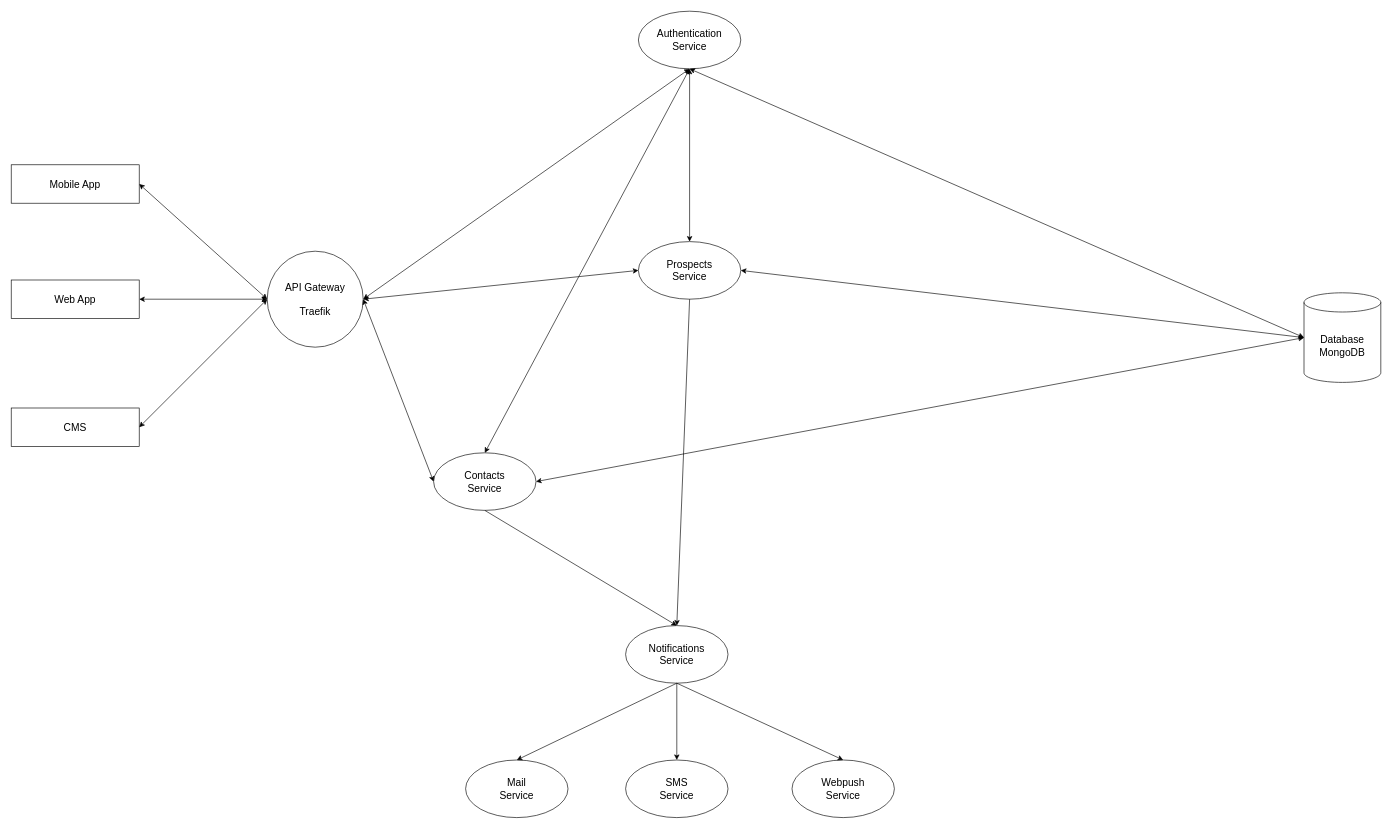
Earlier version of the draw.io diagram EastWest microservices diagram.drawio (haibuieastwest/eastwest-microservices-diagram). Source tidied: cells renumbered, new cells numbered last; positions are measured from the earlier drawing's top-left corner, leaving out a move shared by most shapes. Both pictures are drawn from the tidied source at 64%, with x=0, y=0 at pixel (11, 11).
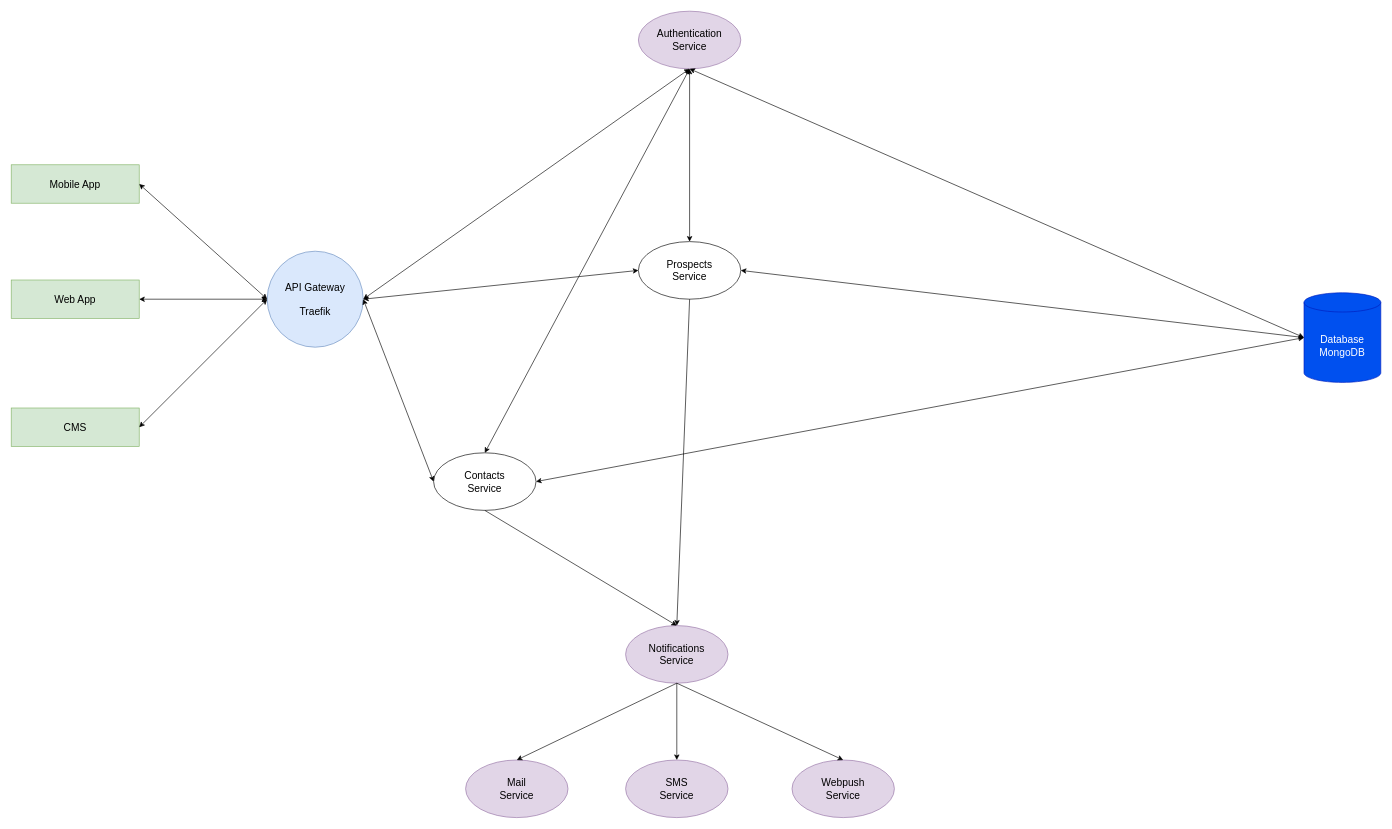
Above is the later version.

What changed in the source:
```diff
@@
-    <mxCell id="2" value="&lt;font style=&quot;font-size: 16px&quot;&gt;Web App&lt;/font&gt;" style="rounded=0;whiteSpace=wrap;html=1;" parent="1" vertex="1">
+    <mxCell id="2" value="&lt;font style=&quot;font-size: 16px;&quot;&gt;Web App&lt;/font&gt;" style="rounded=0;whiteSpace=wrap;html=1;fillColor=#d5e8d4;strokeColor=#82b366;fontSize=16;" parent="1" vertex="1">
       <mxGeometry y="420" width="200" height="60" as="geometry" />
     </mxCell>
-    <mxCell id="3" value="&lt;font style=&quot;font-size: 16px&quot;&gt;CMS&lt;/font&gt;" style="rounded=0;whiteSpace=wrap;html=1;" parent="1" vertex="1">
+    <mxCell id="3" value="&lt;font style=&quot;font-size: 16px;&quot;&gt;CMS&lt;/font&gt;" style="rounded=0;whiteSpace=wrap;html=1;fillColor=#d5e8d4;strokeColor=#82b366;fontSize=16;" parent="1" vertex="1">
       <mxGeometry y="620" width="200" height="60" as="geometry" />
     </mxCell>
-    <mxCell id="4" value="&lt;font style=&quot;font-size: 16px&quot;&gt;API Gateway&lt;br&gt;&lt;br&gt;Traefik&lt;/font&gt;" style="ellipse;whiteSpace=wrap;html=1;" parent="1" vertex="1">
+    <mxCell id="4" value="&lt;font style=&quot;font-size: 16px;&quot;&gt;API Gateway&lt;br style=&quot;font-size: 16px;&quot;&gt;&lt;br style=&quot;font-size: 16px;&quot;&gt;Traefik&lt;/font&gt;" style="ellipse;whiteSpace=wrap;html=1;fillColor=#dae8fc;strokeColor=#6c8ebf;fontSize=16;" parent="1" vertex="1">
       <mxGeometry x="400" y="375" width="150" height="150" as="geometry" />
     </mxCell>
-    <mxCell id="5" style="endArrow=classic;startArrow=classic;html=1;exitX=1;exitY=0.5;exitDx=0;exitDy=0;entryX=0;entryY=0.5;entryDx=0;entryDy=0;" parent="1" edge="1" source="3" target="4">
+    <mxCell id="5" style="endArrow=classic;startArrow=classic;html=1;exitX=1;exitY=0.5;exitDx=0;exitDy=0;entryX=0;entryY=0.5;entryDx=0;entryDy=0;fontSize=16;" parent="1" edge="1" source="3" target="4">
       <mxGeometry relative="1" as="geometry" />
     </mxCell>
-    <mxCell id="6" style="endArrow=classic;startArrow=classic;html=1;exitX=1;exitY=0.5;exitDx=0;exitDy=0;entryX=0;entryY=0.5;entryDx=0;entryDy=0;" parent="1" edge="1" source="2" target="4">
+    <mxCell id="6" style="endArrow=classic;startArrow=classic;html=1;exitX=1;exitY=0.5;exitDx=0;exitDy=0;entryX=0;entryY=0.5;entryDx=0;entryDy=0;fontSize=16;" parent="1" edge="1" source="2" target="4">
       <mxGeometry relative="1" as="geometry" />
     </mxCell>
-    <mxCell id="7" value="&lt;font style=&quot;font-size: 16px&quot;&gt;Database&lt;br&gt;MongoDB&lt;/font&gt;" style="shape=cylinder3;whiteSpace=wrap;html=1;boundedLbl=1;backgroundOutline=1;size=15;" parent="1" vertex="1">
+    <mxCell id="7" value="&lt;font style=&quot;font-size: 16px;&quot;&gt;Database&lt;br style=&quot;font-size: 16px;&quot;&gt;MongoDB&lt;/font&gt;" style="shape=cylinder3;whiteSpace=wrap;html=1;boundedLbl=1;backgroundOutline=1;size=15;fillColor=#0050ef;strokeColor=#001DBC;fontColor=#ffffff;fontSize=16;" parent="1" vertex="1">
       <mxGeometry x="2020" y="440" width="120" height="140" as="geometry" />
     </mxCell>
-    <mxCell id="8" value="&lt;font style=&quot;font-size: 16px&quot;&gt;Authentication&lt;br&gt;Service&lt;/font&gt;" style="ellipse;whiteSpace=wrap;html=1;" parent="1" vertex="1">
+    <mxCell id="8" value="&lt;font style=&quot;font-size: 16px;&quot;&gt;Authentication&lt;br style=&quot;font-size: 16px;&quot;&gt;Service&lt;/font&gt;" style="ellipse;whiteSpace=wrap;html=1;fillColor=#e1d5e7;strokeColor=#9673a6;fontSize=16;" parent="1" vertex="1">
       <mxGeometry x="980" width="160" height="90" as="geometry" />
     </mxCell>
-    <mxCell id="9" value="&lt;font style=&quot;font-size: 16px&quot;&gt;Prospects&lt;br&gt;Service&lt;/font&gt;" style="ellipse;whiteSpace=wrap;html=1;" parent="1" vertex="1">
+    <mxCell id="9" value="&lt;font style=&quot;font-size: 16px;&quot;&gt;Prospects&lt;br style=&quot;font-size: 16px;&quot;&gt;Service&lt;/font&gt;" style="ellipse;whiteSpace=wrap;html=1;fontSize=16;" parent="1" vertex="1">
       <mxGeometry x="980" y="360" width="160" height="90" as="geometry" />
     </mxCell>
-    <mxCell id="10" style="endArrow=classic;startArrow=classic;html=1;entryX=0;entryY=0.5;entryDx=0;entryDy=0;exitX=1;exitY=0.5;exitDx=0;exitDy=0;" parent="1" edge="1" source="4" target="9">
+    <mxCell id="10" style="endArrow=classic;startArrow=classic;html=1;entryX=0;entryY=0.5;entryDx=0;entryDy=0;exitX=1;exitY=0.5;exitDx=0;exitDy=0;fontSize=16;" parent="1" edge="1" source="4" target="9">
       <mxGeometry relative="1" as="geometry" />
     </mxCell>
-    <mxCell id="11" style="endArrow=classic;startArrow=classic;html=1;exitX=1;exitY=0.5;exitDx=0;exitDy=0;entryX=0.5;entryY=1;entryDx=0;entryDy=0;" parent="1" edge="1" source="4" target="8">
+    <mxCell id="11" style="endArrow=classic;startArrow=classic;html=1;exitX=1;exitY=0.5;exitDx=0;exitDy=0;entryX=0.5;entryY=1;entryDx=0;entryDy=0;fontSize=16;" parent="1" edge="1" source="4" target="8">
       <mxGeometry relative="1" as="geometry" />
     </mxCell>
-    <mxCell id="12" style="endArrow=classic;startArrow=classic;html=1;exitX=0.5;exitY=0;exitDx=0;exitDy=0;entryX=0.5;entryY=1;entryDx=0;entryDy=0;" parent="1" edge="1" source="9" target="8">
+    <mxCell id="12" style="endArrow=classic;startArrow=classic;html=1;exitX=0.5;exitY=0;exitDx=0;exitDy=0;entryX=0.5;entryY=1;entryDx=0;entryDy=0;fontSize=16;" parent="1" edge="1" source="9" target="8">
       <mxGeometry relative="1" as="geometry" />
     </mxCell>
-    <mxCell id="13" style="endArrow=classic;startArrow=classic;html=1;exitX=1;exitY=0.5;exitDx=0;exitDy=0;entryX=0;entryY=0.5;entryDx=0;entryDy=0;entryPerimeter=0;" parent="1" edge="1" source="9" target="7">
+    <mxCell id="13" style="endArrow=classic;startArrow=classic;html=1;exitX=1;exitY=0.5;exitDx=0;exitDy=0;entryX=0;entryY=0.5;entryDx=0;entryDy=0;entryPerimeter=0;fontSize=16;" parent="1" edge="1" source="9" target="7">
       <mxGeometry relative="1" as="geometry" />
     </mxCell>
-    <mxCell id="14" style="endArrow=classic;startArrow=classic;html=1;exitX=0.5;exitY=1;exitDx=0;exitDy=0;entryX=0;entryY=0.5;entryDx=0;entryDy=0;entryPerimeter=0;" parent="1" edge="1" source="8" target="7">
+    <mxCell id="14" style="endArrow=classic;startArrow=classic;html=1;exitX=0.5;exitY=1;exitDx=0;exitDy=0;entryX=0;entryY=0.5;entryDx=0;entryDy=0;entryPerimeter=0;fontSize=16;" parent="1" edge="1" source="8" target="7">
       <mxGeometry relative="1" as="geometry" />
     </mxCell>
-    <mxCell id="15" value="&lt;font style=&quot;font-size: 16px&quot;&gt;Notifications&lt;br&gt;Service&lt;/font&gt;" style="ellipse;whiteSpace=wrap;html=1;" parent="1" vertex="1">
+    <mxCell id="15" value="&lt;font style=&quot;font-size: 16px;&quot;&gt;Notifications&lt;br style=&quot;font-size: 16px;&quot;&gt;Service&lt;/font&gt;" style="ellipse;whiteSpace=wrap;html=1;fillColor=#e1d5e7;strokeColor=#9673a6;fontSize=16;" parent="1" vertex="1">
       <mxGeometry x="960" y="960" width="160" height="90" as="geometry" />
     </mxCell>
-    <mxCell id="16" style="endArrow=classic;html=1;exitX=0.5;exitY=1;exitDx=0;exitDy=0;entryX=0.5;entryY=0;entryDx=0;entryDy=0;" parent="1" edge="1" source="9" target="15">
+    <mxCell id="16" style="endArrow=classic;html=1;exitX=0.5;exitY=1;exitDx=0;exitDy=0;entryX=0.5;entryY=0;entryDx=0;entryDy=0;fontSize=16;" parent="1" edge="1" source="9" target="15">
       <mxGeometry relative="1" as="geometry" />
     </mxCell>
-    <mxCell id="17" value="&lt;font style=&quot;font-size: 16px&quot;&gt;Mail&lt;br&gt;Service&lt;/font&gt;" style="ellipse;whiteSpace=wrap;html=1;" parent="1" vertex="1">
+    <mxCell id="17" value="&lt;font style=&quot;font-size: 16px;&quot;&gt;Mail&lt;br style=&quot;font-size: 16px;&quot;&gt;Service&lt;/font&gt;" style="ellipse;whiteSpace=wrap;html=1;fillColor=#e1d5e7;strokeColor=#9673a6;fontSize=16;" parent="1" vertex="1">
       <mxGeometry x="710" y="1170" width="160" height="90" as="geometry" />
     </mxCell>
-    <mxCell id="18" value="&lt;font style=&quot;font-size: 16px&quot;&gt;SMS&lt;br&gt;Service&lt;/font&gt;" style="ellipse;whiteSpace=wrap;html=1;" parent="1" vertex="1">
+    <mxCell id="18" value="&lt;font style=&quot;font-size: 16px;&quot;&gt;SMS&lt;br style=&quot;font-size: 16px;&quot;&gt;Service&lt;/font&gt;" style="ellipse;whiteSpace=wrap;html=1;fillColor=#e1d5e7;strokeColor=#9673a6;fontSize=16;" parent="1" vertex="1">
       <mxGeometry x="960" y="1170" width="160" height="90" as="geometry" />
     </mxCell>
-    <mxCell id="19" value="&lt;font style=&quot;font-size: 16px&quot;&gt;Webpush&lt;br&gt;Service&lt;/font&gt;" style="ellipse;whiteSpace=wrap;html=1;" parent="1" vertex="1">
+    <mxCell id="19" value="&lt;font style=&quot;font-size: 16px;&quot;&gt;Webpush&lt;br style=&quot;font-size: 16px;&quot;&gt;Service&lt;/font&gt;" style="ellipse;whiteSpace=wrap;html=1;fillColor=#e1d5e7;strokeColor=#9673a6;fontSize=16;" parent="1" vertex="1">
       <mxGeometry x="1220" y="1170" width="160" height="90" as="geometry" />
     </mxCell>
-    <mxCell id="20" style="endArrow=classic;html=1;exitX=0.5;exitY=1;exitDx=0;exitDy=0;entryX=0.5;entryY=0;entryDx=0;entryDy=0;" parent="1" edge="1" source="15" target="17">
+    <mxCell id="20" style="endArrow=classic;html=1;exitX=0.5;exitY=1;exitDx=0;exitDy=0;entryX=0.5;entryY=0;entryDx=0;entryDy=0;fontSize=16;" parent="1" edge="1" source="15" target="17">
       <mxGeometry relative="1" as="geometry" />
     </mxCell>
-    <mxCell id="21" style="endArrow=classic;html=1;entryX=0.5;entryY=0;entryDx=0;entryDy=0;exitX=0.5;exitY=1;exitDx=0;exitDy=0;" parent="1" edge="1" source="15" target="18">
+    <mxCell id="21" style="endArrow=classic;html=1;entryX=0.5;entryY=0;entryDx=0;entryDy=0;exitX=0.5;exitY=1;exitDx=0;exitDy=0;fontSize=16;" parent="1" edge="1" source="15" target="18">
       <mxGeometry relative="1" as="geometry" />
     </mxCell>
-    <mxCell id="22" style="endArrow=classic;html=1;exitX=0.5;exitY=1;exitDx=0;exitDy=0;entryX=0.5;entryY=0;entryDx=0;entryDy=0;" parent="1" edge="1" source="15" target="19">
+    <mxCell id="22" style="endArrow=classic;html=1;exitX=0.5;exitY=1;exitDx=0;exitDy=0;entryX=0.5;entryY=0;entryDx=0;entryDy=0;fontSize=16;" parent="1" edge="1" source="15" target="19">
       <mxGeometry relative="1" as="geometry" />
     </mxCell>
-    <mxCell id="23" value="&lt;font style=&quot;font-size: 16px&quot;&gt;Contacts&lt;br&gt;Service&lt;/font&gt;" style="ellipse;whiteSpace=wrap;html=1;" parent="1" vertex="1">
+    <mxCell id="23" value="&lt;font style=&quot;font-size: 16px;&quot;&gt;Contacts&lt;br style=&quot;font-size: 16px;&quot;&gt;Service&lt;/font&gt;" style="ellipse;whiteSpace=wrap;html=1;fontSize=16;" parent="1" vertex="1">
       <mxGeometry x="660" y="690" width="160" height="90" as="geometry" />
     </mxCell>
-    <mxCell id="24" value="&lt;font style=&quot;font-size: 16px&quot;&gt;Mobile App&lt;br&gt;&lt;/font&gt;" style="rounded=0;whiteSpace=wrap;html=1;" parent="1" vertex="1">
+    <mxCell id="24" value="&lt;font style=&quot;font-size: 16px;&quot;&gt;Mobile App&lt;br style=&quot;font-size: 16px;&quot;&gt;&lt;/font&gt;" style="rounded=0;whiteSpace=wrap;html=1;fillColor=#d5e8d4;strokeColor=#82b366;fontSize=16;" parent="1" vertex="1">
       <mxGeometry y="240" width="200" height="60" as="geometry" />
     </mxCell>
-    <mxCell id="25" style="endArrow=classic;startArrow=classic;html=1;exitX=1;exitY=0.5;exitDx=0;exitDy=0;entryX=0;entryY=0.5;entryDx=0;entryDy=0;" parent="1" edge="1" source="24" target="4">
+    <mxCell id="25" style="endArrow=classic;startArrow=classic;html=1;exitX=1;exitY=0.5;exitDx=0;exitDy=0;entryX=0;entryY=0.5;entryDx=0;entryDy=0;fontSize=16;" parent="1" edge="1" source="24" target="4">
       <mxGeometry relative="1" as="geometry" />
     </mxCell>
-    <mxCell id="26" style="endArrow=classic;startArrow=classic;html=1;entryX=0;entryY=0.5;entryDx=0;entryDy=0;exitX=1;exitY=0.5;exitDx=0;exitDy=0;" parent="1" edge="1" source="4" target="23">
+    <mxCell id="26" style="endArrow=classic;startArrow=classic;html=1;entryX=0;entryY=0.5;entryDx=0;entryDy=0;exitX=1;exitY=0.5;exitDx=0;exitDy=0;fontSize=16;" parent="1" edge="1" source="4" target="23">
       <mxGeometry relative="1" as="geometry" />
     </mxCell>
-    <mxCell id="27" style="endArrow=classic;startArrow=classic;html=1;exitX=1;exitY=0.5;exitDx=0;exitDy=0;entryX=0;entryY=0.5;entryDx=0;entryDy=0;entryPerimeter=0;" parent="1" edge="1" source="23" target="7">
+    <mxCell id="27" style="endArrow=classic;startArrow=classic;html=1;exitX=1;exitY=0.5;exitDx=0;exitDy=0;entryX=0;entryY=0.5;entryDx=0;entryDy=0;entryPerimeter=0;fontSize=16;" parent="1" edge="1" source="23" target="7">
       <mxGeometry relative="1" as="geometry" />
     </mxCell>
-    <mxCell id="28" style="endArrow=classic;startArrow=classic;html=1;entryX=0.5;entryY=1;entryDx=0;entryDy=0;exitX=0.5;exitY=0;exitDx=0;exitDy=0;" parent="1" edge="1" source="23" target="8">
+    <mxCell id="28" style="endArrow=classic;startArrow=classic;html=1;entryX=0.5;entryY=1;entryDx=0;entryDy=0;exitX=0.5;exitY=0;exitDx=0;exitDy=0;fontSize=16;" parent="1" edge="1" source="23" target="8">
       <mxGeometry relative="1" as="geometry" />
     </mxCell>
-    <mxCell id="29" style="endArrow=classic;html=1;exitX=0.5;exitY=1;exitDx=0;exitDy=0;entryX=0.5;entryY=0;entryDx=0;entryDy=0;" parent="1" edge="1" source="23" target="15">
+    <mxCell id="29" style="endArrow=classic;html=1;exitX=0.5;exitY=1;exitDx=0;exitDy=0;entryX=0.5;entryY=0;entryDx=0;entryDy=0;fontSize=16;" parent="1" edge="1" source="23" target="15">
       <mxGeometry relative="1" as="geometry" />
     </mxCell>
```
